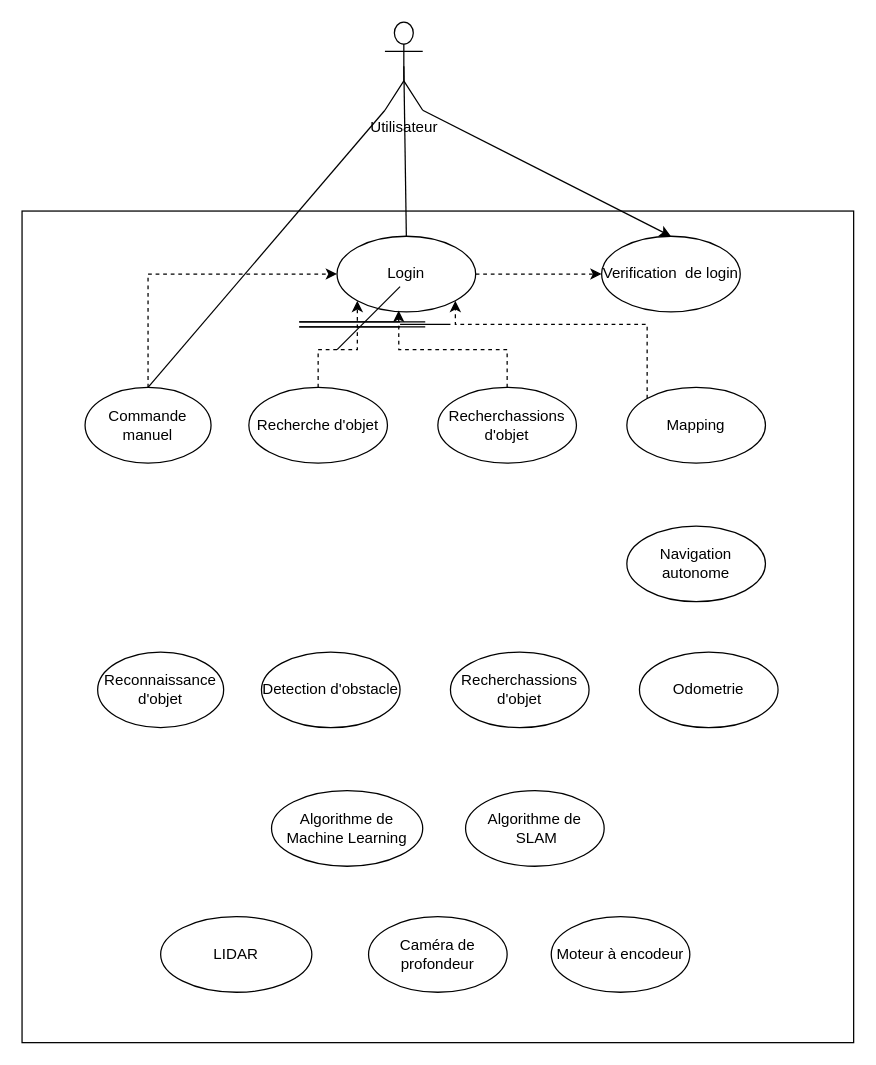
Before: Diagramme sans nom.drawio in BigZ2000/zbot_5G, a draw.io diagram. Source tidied: cells renumbered, new cells numbered last; positions are measured from the earlier drawing's top-left corner, leaving out a move shared by most shapes. Both pictures are drawn from the tidied source at 126%, with x=0, y=0 at pixel (21, 21).
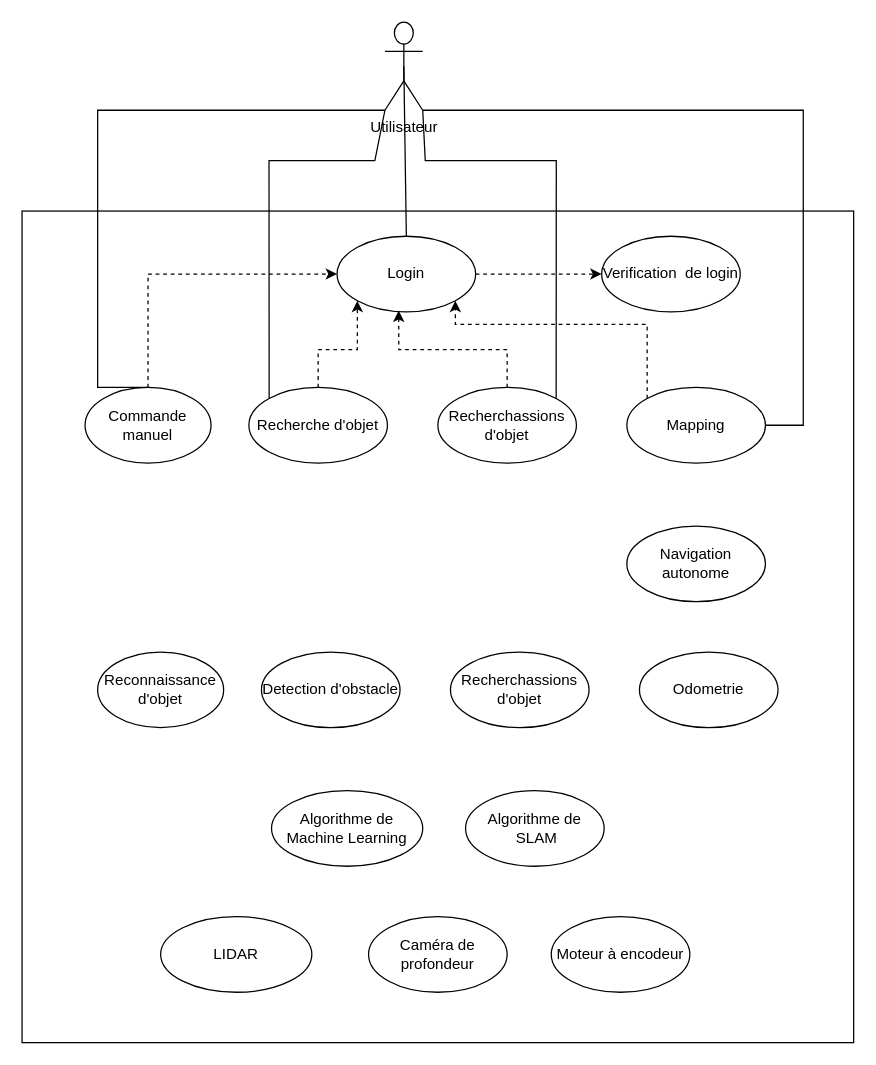
The same diagram, later.

Commit message (it also covers changes not shown here):
Mettre à jour Diagramme sans nom.drawio

The change refers to these unchanged cells:
```xml
<mxCell id="2" value="Utilisateur" style="shape=umlActor;verticalLabelPosition=bottom;verticalAlign=top;html=1;" parent="1" vertex="1">
  <mxGeometry x="288" width="30" height="70" as="geometry" />
</mxCell>
<mxCell id="7" value="Commande manuel" style="ellipse;whiteSpace=wrap;html=1;" parent="1" vertex="1">
  <mxGeometry x="50" y="290" width="100" height="60" as="geometry" />
</mxCell>
<mxCell id="9" value="Mapping" style="ellipse;whiteSpace=wrap;html=1;" parent="1" vertex="1">
  <mxGeometry x="480" y="290" width="110" height="60" as="geometry" />
</mxCell>
<mxCell id="12" value="Recherchassions d'objet" style="ellipse;whiteSpace=wrap;html=1;" parent="1" vertex="1">
  <mxGeometry x="330" y="290" width="110" height="60" as="geometry" />
</mxCell>
<mxCell id="14" value="Recherche d'objet" style="ellipse;whiteSpace=wrap;html=1;" parent="1" vertex="1">
  <mxGeometry x="180" y="290" width="110" height="60" as="geometry" />
</mxCell>
<mxCell id="15" value="Verification &amp;nbsp;de login" style="ellipse;whiteSpace=wrap;html=1;" parent="1" vertex="1">
  <mxGeometry x="460" y="170" width="110" height="60" as="geometry" />
</mxCell>
```

Change to the diagram source:
```diff
@@
     <mxCell id="26" style="endArrow=none;html=1;rounded=0;entryX=0;entryY=1;entryDx=0;entryDy=0;entryPerimeter=0;exitX=0.5;exitY=0;exitDx=0;exitDy=0;" parent="1" edge="1" source="7" target="2">
-      <mxGeometry relative="1" as="geometry" />
+      <mxGeometry relative="1" as="geometry">
+        <Array as="points">
+          <mxPoint x="60" y="290" />
+          <mxPoint x="60" y="70" />
+        </Array>
+      </mxGeometry>
     </mxCell>
-    <mxCell id="27" style="endArrow=none;html=1;rounded=0;" parent="1" edge="1">
-      <mxGeometry relative="1" as="geometry">
-        <mxPoint x="250" y="260" as="sourcePoint" />
-        <mxPoint x="300" y="210" as="targetPoint" />
-      </mxGeometry>
-    </mxCell>
-    <mxCell id="28" style="shape=link;html=1;rounded=0;" parent="1" edge="1">
-      <mxGeometry relative="1" as="geometry">
-        <mxPoint x="220" y="240" as="sourcePoint" />
-        <mxPoint x="320" y="240" as="targetPoint" />
-      </mxGeometry>
-    </mxCell>
-    <mxCell id="29" style="shape=link;html=1;rounded=0;" parent="1" edge="1" target="30">
-      <mxGeometry relative="1" as="geometry">
-        <mxPoint x="220" y="240" as="sourcePoint" />
-      </mxGeometry>
-    </mxCell>
-    <mxCell id="30" style="line;strokeWidth=1;fillColor=none;align=left;verticalAlign=middle;spacingTop=-1;spacingLeft=3;spacingRight=3;labelPosition=right;points=[];portConstraint=eastwest;strokeColor=inherit;" parent="1" vertex="1">
-      <mxGeometry x="300" y="236" width="40" height="8" as="geometry" />
-    </mxCell>
-    <mxCell id="31" style="rounded=0;jettySize=auto;html=1;exitX=1;exitY=1;exitDx=0;exitDy=0;exitPerimeter=0;entryX=0.5;entryY=0;entryDx=0;entryDy=0;" parent="1" edge="1" source="2" target="15">
-      <mxGeometry relative="1" as="geometry" />
-    </mxCell>
+    <mxCell id="32" style="endArrow=none;html=1;rounded=0;entryX=1;entryY=1;entryDx=0;entryDy=0;entryPerimeter=0;exitX=1;exitY=0.5;exitDx=0;exitDy=0;" parent="1" edge="1" source="9" target="2">
+      <mxGeometry relative="1" as="geometry">
+        <Array as="points">
+          <mxPoint x="620" y="320" />
+          <mxPoint x="620" y="70" />
+        </Array>
+      </mxGeometry>
+    </mxCell>
+    <mxCell id="33" style="endArrow=none;html=1;rounded=0;exitX=0;exitY=0;exitDx=0;exitDy=0;entryX=0;entryY=1;entryDx=0;entryDy=0;entryPerimeter=0;" parent="1" edge="1" source="14" target="2">
+      <mxGeometry relative="1" as="geometry">
+        <Array as="points">
+          <mxPoint x="196" y="110" />
+          <mxPoint x="280" y="110" />
+        </Array>
+      </mxGeometry>
+    </mxCell>
+    <mxCell id="34" style="endArrow=none;html=1;rounded=0;entryX=1;entryY=1;entryDx=0;entryDy=0;entryPerimeter=0;exitX=1;exitY=0;exitDx=0;exitDy=0;" parent="1" edge="1" source="12" target="2">
+      <mxGeometry relative="1" as="geometry">
+        <Array as="points">
+          <mxPoint x="424" y="110" />
+          <mxPoint x="320" y="110" />
+        </Array>
+      </mxGeometry>
+    </mxCell>
```
